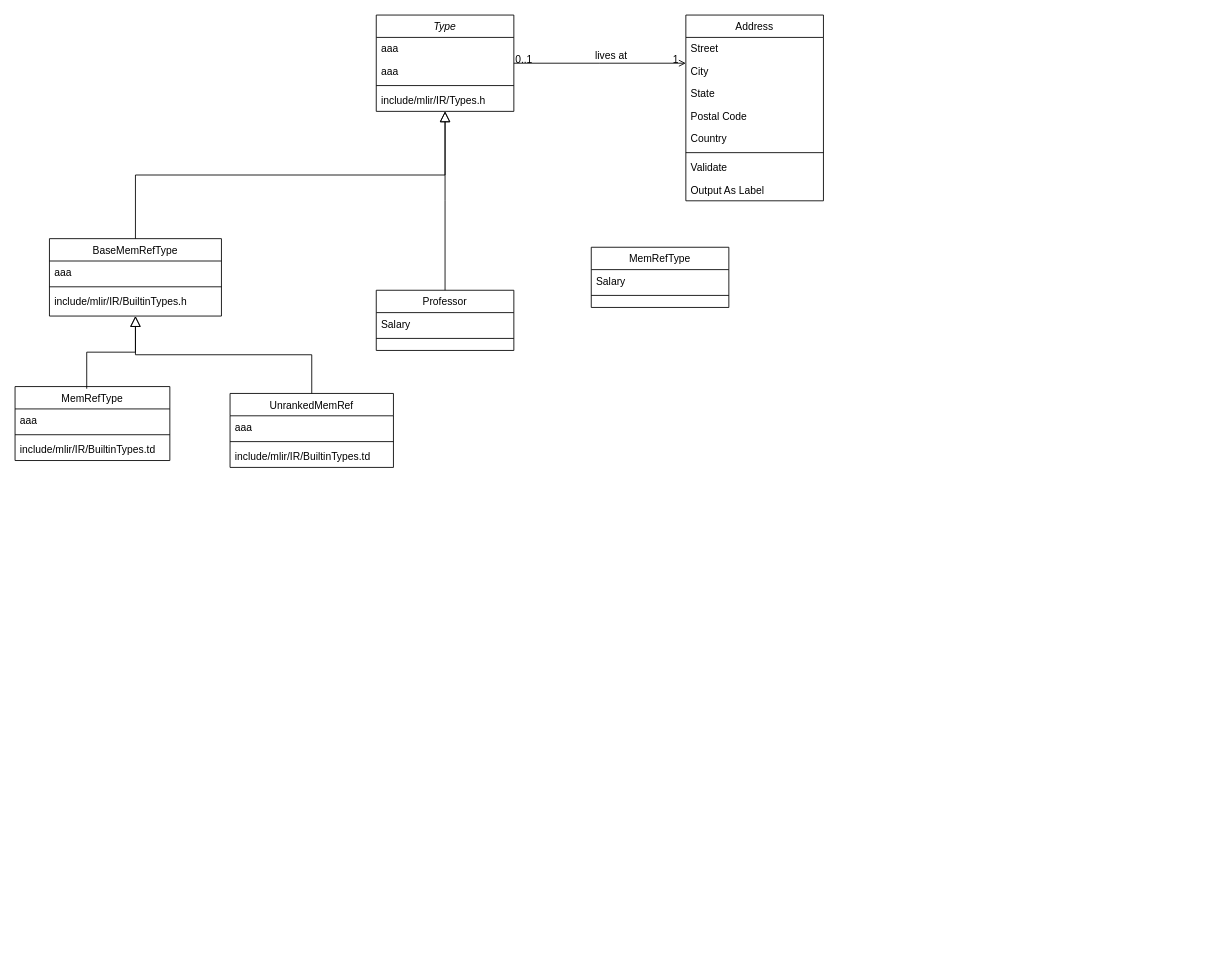
Before: mlir/class/memref.drawio in thinkanddone/draw.io, a draw.io diagram. Source tidied: cells renumbered, new cells numbered last; positions are measured from the earlier drawing's top-left corner, leaving out a move shared by most shapes. Both pictures are drawn from the tidied source at 86%, with x=0, y=0 at pixel (15, 15).
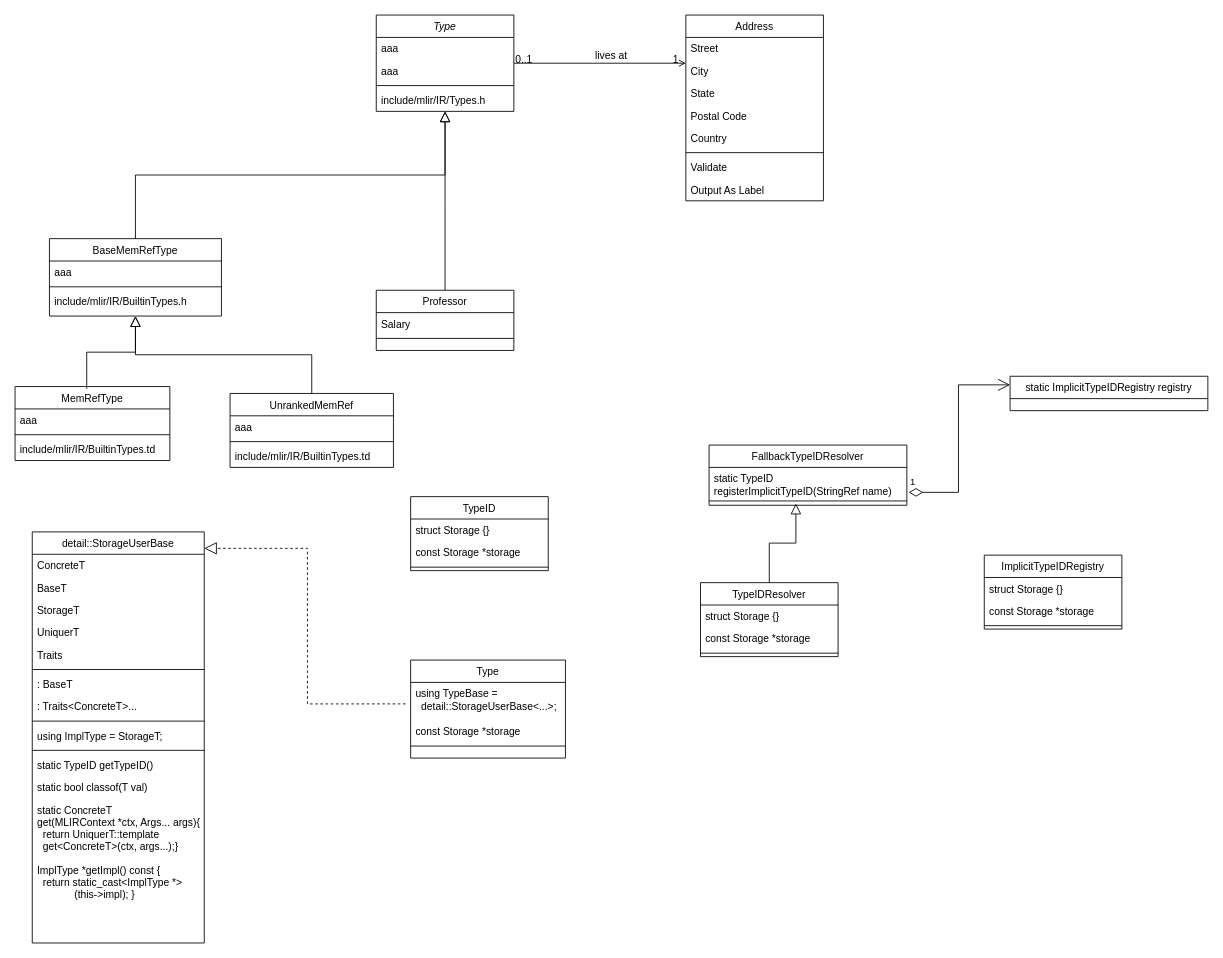
The same page after the edit.

Change to the diagram source:
```diff
@@
+    <mxCell id="42" value="TypeID" style="swimlane;fontStyle=0;align=center;verticalAlign=top;horizontal=1;startSize=26;rounded=0;shadow=0;strokeWidth=1;" parent="1" vertex="1">
+      <mxGeometry x="460" y="560" width="160" height="86" as="geometry" />
+    </mxCell>
+    <mxCell id="43" value="struct Storage {}" style="text;align=left;verticalAlign=top;spacingLeft=4;spacingRight=4;overflow=hidden;" parent="42" vertex="1">
+      <mxGeometry y="26" width="160" height="26" as="geometry" />
+    </mxCell>
+    <mxCell id="44" value="const Storage *storage" style="text;align=left;verticalAlign=top;spacingLeft=4;spacingRight=4;overflow=hidden;" parent="42" vertex="1">
+      <mxGeometry y="52" width="160" height="26" as="geometry" />
+    </mxCell>
+    <mxCell id="45" style="line;html=1;strokeWidth=1;align=left;verticalAlign=middle;spacingTop=-1;spacingLeft=3;spacingRight=3;labelPosition=right;" parent="42" vertex="1">
+      <mxGeometry y="78" width="160" height="8" as="geometry" />
+    </mxCell>
+    <mxCell id="46" value="Type" style="swimlane;fontStyle=0;align=center;verticalAlign=top;horizontal=1;startSize=26;rounded=0;shadow=0;strokeWidth=1;" parent="1" vertex="1">
+      <mxGeometry x="460" y="750" width="180" height="114" as="geometry" />
+    </mxCell>
+    <mxCell id="47" value="using TypeBase = &#10;  detail::StorageUserBase&lt;...&gt;;" style="text;align=left;verticalAlign=top;spacingLeft=4;spacingRight=4;overflow=hidden;points=[[0,0.5],[1,0.5]];portConstraint=eastwest;" parent="46" vertex="1">
+      <mxGeometry y="26" width="180" height="44" as="geometry" />
+    </mxCell>
+    <mxCell id="48" value="const Storage *storage" style="text;align=left;verticalAlign=top;spacingLeft=4;spacingRight=4;overflow=hidden;" parent="46" vertex="1">
+      <mxGeometry y="70" width="180" height="26" as="geometry" />
+    </mxCell>
+    <mxCell id="49" style="line;html=1;strokeWidth=1;align=left;verticalAlign=middle;spacingTop=-1;spacingLeft=3;spacingRight=3;labelPosition=right;" parent="46" vertex="1">
+      <mxGeometry y="96" width="180" height="8" as="geometry" />
+    </mxCell>
+    <mxCell id="50" value="ImplicitTypeIDRegistry" style="swimlane;fontStyle=0;align=center;verticalAlign=top;horizontal=1;startSize=26;rounded=0;shadow=0;strokeWidth=1;" parent="1" vertex="1">
+      <mxGeometry x="1127" y="628" width="160" height="86" as="geometry" />
+    </mxCell>
+    <mxCell id="51" value="struct Storage {}" style="text;align=left;verticalAlign=top;spacingLeft=4;spacingRight=4;overflow=hidden;" parent="50" vertex="1">
+      <mxGeometry y="26" width="160" height="26" as="geometry" />
+    </mxCell>
+    <mxCell id="52" value="const Storage *storage" style="text;align=left;verticalAlign=top;spacingLeft=4;spacingRight=4;overflow=hidden;" parent="50" vertex="1">
+      <mxGeometry y="52" width="160" height="26" as="geometry" />
+    </mxCell>
+    <mxCell id="53" style="line;html=1;strokeWidth=1;align=left;verticalAlign=middle;spacingTop=-1;spacingLeft=3;spacingRight=3;labelPosition=right;" parent="50" vertex="1">
+      <mxGeometry y="78" width="160" height="8" as="geometry" />
+    </mxCell>
+    <mxCell id="54" value="FallbackTypeIDResolver" style="swimlane;fontStyle=0;align=center;verticalAlign=top;horizontal=1;startSize=26;rounded=0;shadow=0;strokeWidth=1;" parent="1" vertex="1">
+      <mxGeometry x="807" y="500" width="230" height="70" as="geometry" />
+    </mxCell>
+    <mxCell id="55" value="static TypeID &#10;registerImplicitTypeID(StringRef name)" style="text;align=left;verticalAlign=top;spacingLeft=4;spacingRight=4;overflow=hidden;points=[[0,0.5],[1,0.5]];portConstraint=eastwest;" parent="54" vertex="1">
+      <mxGeometry y="26" width="230" height="34" as="geometry" />
+    </mxCell>
+    <mxCell id="56" style="line;html=1;strokeWidth=1;align=left;verticalAlign=middle;spacingTop=-1;spacingLeft=3;spacingRight=3;labelPosition=right;points=[];portConstraint=eastwest;" parent="54" vertex="1">
+      <mxGeometry y="60" width="230" height="10" as="geometry" />
+    </mxCell>
@@
-    <mxCell id="34" value="MemRefType" style="swimlane;fontStyle=0;align=center;verticalAlign=top;horizontal=1;startSize=26;rounded=0;shadow=0;strokeWidth=1;" parent="1" vertex="1">
-      <mxGeometry x="670" y="270" width="160" height="70" as="geometry" />
+    <mxCell id="34" value="detail::StorageUserBase" style="swimlane;fontStyle=0;align=center;verticalAlign=top;horizontal=1;startSize=26;rounded=0;shadow=0;strokeWidth=1;" parent="1" vertex="1">
+      <mxGeometry x="20" y="601" width="200" height="478" as="geometry" />
     </mxCell>
+    <mxCell id="57" value="ConcreteT" style="text;align=left;verticalAlign=top;spacingLeft=4;spacingRight=4;overflow=hidden;" parent="34" vertex="1">
+      <mxGeometry y="26" width="200" height="26" as="geometry" />
+    </mxCell>
+    <mxCell id="58" value="BaseT" style="text;align=left;verticalAlign=top;spacingLeft=4;spacingRight=4;overflow=hidden;" parent="34" vertex="1">
+      <mxGeometry y="52" width="200" height="26" as="geometry" />
+    </mxCell>
+    <mxCell id="59" value="StorageT" style="text;align=left;verticalAlign=top;spacingLeft=4;spacingRight=4;overflow=hidden;" parent="34" vertex="1">
+      <mxGeometry y="78" width="200" height="26" as="geometry" />
+    </mxCell>
+    <mxCell id="60" value="UniquerT" style="text;align=left;verticalAlign=top;spacingLeft=4;spacingRight=4;overflow=hidden;" parent="34" vertex="1">
+      <mxGeometry y="104" width="200" height="26" as="geometry" />
+    </mxCell>
+    <mxCell id="61" value="Traits" style="text;align=left;verticalAlign=top;spacingLeft=4;spacingRight=4;overflow=hidden;" parent="34" vertex="1">
+      <mxGeometry y="130" width="200" height="26" as="geometry" />
+    </mxCell>
+    <mxCell id="36" style="line;html=1;strokeWidth=1;align=left;verticalAlign=middle;spacingTop=-1;spacingLeft=3;spacingRight=3;labelPosition=right;" parent="34" vertex="1">
+      <mxGeometry y="156" width="200" height="8" as="geometry" />
+    </mxCell>
-    <mxCell id="35" value="Salary" style="text;align=left;verticalAlign=top;spacingLeft=4;spacingRight=4;overflow=hidden;" parent="34" vertex="1">
-      <mxGeometry y="26" width="160" height="26" as="geometry" />
+    <mxCell id="35" value=": BaseT&#10;" style="text;align=left;verticalAlign=top;spacingLeft=4;spacingRight=4;overflow=hidden;" parent="34" vertex="1">
+      <mxGeometry y="164" width="200" height="26" as="geometry" />
     </mxCell>
-    <mxCell id="36" style="line;html=1;strokeWidth=1;align=left;verticalAlign=middle;spacingTop=-1;spacingLeft=3;spacingRight=3;labelPosition=right;" parent="34" vertex="1">
-      <mxGeometry y="52" width="160" height="8" as="geometry" />
-    </mxCell>
+    <mxCell id="62" value=": Traits&lt;ConcreteT&gt;..." style="text;align=left;verticalAlign=top;spacingLeft=4;spacingRight=4;overflow=hidden;" parent="34" vertex="1">
+      <mxGeometry y="190" width="200" height="26" as="geometry" />
+    </mxCell>
+    <mxCell id="63" style="line;html=1;strokeWidth=1;align=left;verticalAlign=middle;spacingTop=-1;spacingLeft=3;spacingRight=3;labelPosition=right;" parent="34" vertex="1">
+      <mxGeometry y="216" width="200" height="8" as="geometry" />
+    </mxCell>
+    <mxCell id="64" value="using ImplType = StorageT;" style="text;align=left;verticalAlign=top;spacingLeft=4;spacingRight=4;overflow=hidden;" parent="34" vertex="1">
+      <mxGeometry y="224" width="200" height="26" as="geometry" />
+    </mxCell>
+    <mxCell id="65" style="line;html=1;strokeWidth=1;align=left;verticalAlign=middle;spacingTop=-1;spacingLeft=3;spacingRight=3;labelPosition=right;" parent="34" vertex="1">
+      <mxGeometry y="250" width="200" height="8" as="geometry" />
+    </mxCell>
+    <mxCell id="66" value="static TypeID getTypeID()" style="text;align=left;verticalAlign=top;spacingLeft=4;spacingRight=4;overflow=hidden;" parent="34" vertex="1">
+      <mxGeometry y="258" width="200" height="26" as="geometry" />
+    </mxCell>
+    <mxCell id="67" value="static bool classof(T val)" style="text;align=left;verticalAlign=top;spacingLeft=4;spacingRight=4;overflow=hidden;" parent="34" vertex="1">
+      <mxGeometry y="284" width="200" height="26" as="geometry" />
+    </mxCell>
+    <mxCell id="68" value="static ConcreteT &#10;get(MLIRContext *ctx, Args... args){&#10;  return UniquerT::template&#10;  get&lt;ConcreteT&gt;(ctx, args...);}" style="text;align=left;verticalAlign=top;spacingLeft=4;spacingRight=4;overflow=hidden;" parent="34" vertex="1">
+      <mxGeometry y="310" width="200" height="70" as="geometry" />
+    </mxCell>
+    <mxCell id="69" value="ImplType *getImpl() const {&#10;  return static_cast&lt;ImplType *&gt;&#10;             (this-&gt;impl); }" style="text;align=left;verticalAlign=top;spacingLeft=4;spacingRight=4;overflow=hidden;" parent="34" vertex="1">
+      <mxGeometry y="380" width="200" height="60" as="geometry" />
+    </mxCell>
@@
+    <mxCell id="70" value="static ImplicitTypeIDRegistry registry" style="swimlane;fontStyle=0;align=center;verticalAlign=top;horizontal=1;startSize=26;rounded=0;shadow=0;strokeWidth=1;" parent="1" vertex="1">
+      <mxGeometry x="1157" y="420" width="230" height="40" as="geometry" />
+    </mxCell>
+    <mxCell id="71" value="1" style="endArrow=open;html=1;endSize=12;startArrow=diamondThin;startSize=14;startFill=0;edgeStyle=orthogonalEdgeStyle;align=left;verticalAlign=bottom;rounded=0;exitX=1.009;exitY=0.853;exitDx=0;exitDy=0;exitPerimeter=0;entryX=0;entryY=0.25;entryDx=0;entryDy=0;" parent="1" edge="1" source="55" target="70">
+      <mxGeometry x="-1" y="3" relative="1" as="geometry" />
+    </mxCell>
+    <mxCell id="72" value="TypeIDResolver" style="swimlane;fontStyle=0;align=center;verticalAlign=top;horizontal=1;startSize=26;rounded=0;shadow=0;strokeWidth=1;" parent="1" vertex="1">
+      <mxGeometry x="797" y="660" width="160" height="86" as="geometry" />
+    </mxCell>
+    <mxCell id="73" value="struct Storage {}" style="text;align=left;verticalAlign=top;spacingLeft=4;spacingRight=4;overflow=hidden;" parent="72" vertex="1">
+      <mxGeometry y="26" width="160" height="26" as="geometry" />
+    </mxCell>
+    <mxCell id="74" value="const Storage *storage" style="text;align=left;verticalAlign=top;spacingLeft=4;spacingRight=4;overflow=hidden;" parent="72" vertex="1">
+      <mxGeometry y="52" width="160" height="26" as="geometry" />
+    </mxCell>
+    <mxCell id="75" style="line;html=1;strokeWidth=1;align=left;verticalAlign=middle;spacingTop=-1;spacingLeft=3;spacingRight=3;labelPosition=right;" parent="72" vertex="1">
+      <mxGeometry y="78" width="160" height="8" as="geometry" />
+    </mxCell>
+    <mxCell id="76" style="endArrow=block;endSize=10;endFill=0;shadow=0;strokeWidth=1;rounded=0;edgeStyle=elbowEdgeStyle;elbow=vertical;entryX=0.439;entryY=0.8;entryDx=0;entryDy=0;entryPerimeter=0;" parent="1" edge="1" source="72" target="56">
+      <mxGeometry relative="1" as="geometry" />
+    </mxCell>
+    <mxCell id="77" style="endArrow=block;dashed=1;endFill=0;endSize=12;html=1;rounded=0;exitX=-0.033;exitY=0.568;exitDx=0;exitDy=0;exitPerimeter=0;jumpStyle=none;edgeStyle=orthogonalEdgeStyle;entryX=1;entryY=0.04;entryDx=0;entryDy=0;entryPerimeter=0;" parent="1" edge="1" source="47" target="34">
+      <mxGeometry relative="1" as="geometry">
+        <Array as="points">
+          <mxPoint x="340" y="801" />
+          <mxPoint x="340" y="620" />
+        </Array>
+      </mxGeometry>
+    </mxCell>
```
